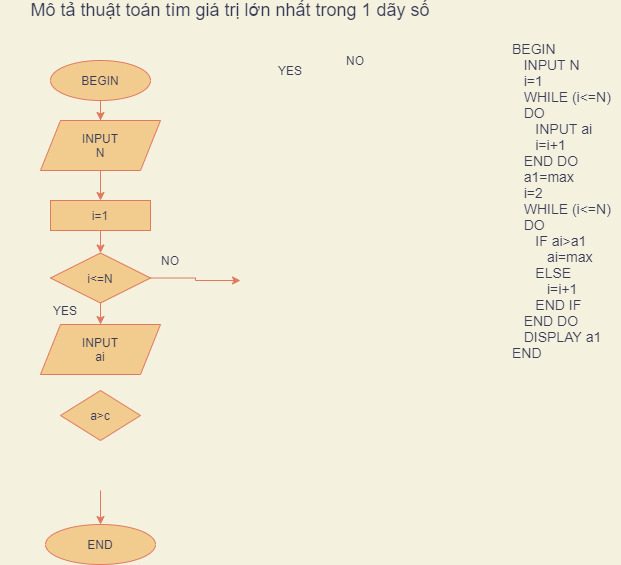
Earlier version of the draw.io export ss3_ma_gia_luu_do/Mô tả thuật toán tìm giá trị lớn nhất trong 3 số.png (thanhnhan3286/C0123G1---Th-nh-Nh-n). Source tidied: cells renumbered, new cells last; positions are measured from the earlier drawing's top-left corner, leaving out a move shared by most shapes.
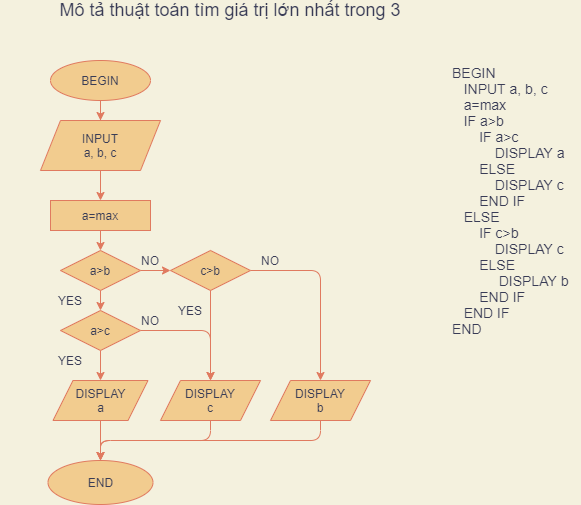
The same file after the commit.

Diff of the diagram source:
```diff
@@ -2,68 +2,97 @@
   <root>
     <mxCell id="0" />
     <mxCell id="1" parent="0" />
-    <mxCell id="2" value="&lt;span style=&quot;font-size: 18px&quot;&gt;Mô tả thuật toán tìm giá trị lớn nhất trong 1 dãy số&lt;/span&gt;" style="text;html=1;strokeColor=none;fillColor=none;align=center;verticalAlign=middle;whiteSpace=wrap;rounded=0;fontColor=#393C56;" parent="1" vertex="1">
+    <mxCell id="2" value="&lt;span style=&quot;font-size: 18px&quot;&gt;Mô tả thuật toán tìm giá trị lớn nhất trong 3&lt;/span&gt;" style="text;html=1;strokeColor=none;fillColor=none;align=center;verticalAlign=middle;whiteSpace=wrap;rounded=0;fontColor=#393C56;" parent="1" vertex="1">
       <mxGeometry width="460" height="20" as="geometry" />
     </mxCell>
-    <mxCell id="3" style="edgeStyle=orthogonalEdgeStyle;rounded=0;jettySize=auto;html=1;labelBackgroundColor=#F4F1DE;strokeColor=#E07A5F;fontColor=#393C56;" parent="1" edge="1" source="4" target="6">
+    <mxCell id="3" style="edgeStyle=orthogonalEdgeStyle;rounded=0;jettySize=auto;html=1;strokeColor=#E07A5F;fontColor=#393C56;labelBackgroundColor=#F4F1DE;" parent="1" edge="1" source="4" target="6">
       <mxGeometry relative="1" as="geometry" />
     </mxCell>
     <mxCell id="4" value="BEGIN" style="ellipse;whiteSpace=wrap;html=1;fillColor=#F2CC8F;strokeColor=#E07A5F;fontColor=#393C56;" parent="1" vertex="1">
       <mxGeometry x="50" y="60" width="100" height="40" as="geometry" />
     </mxCell>
-    <mxCell id="5" style="edgeStyle=orthogonalEdgeStyle;rounded=0;jettySize=auto;html=1;labelBackgroundColor=#F4F1DE;strokeColor=#E07A5F;fontColor=#393C56;" parent="1" edge="1" source="6">
-      <mxGeometry relative="1" as="geometry">
-        <mxPoint x="100" y="200" as="targetPoint" />
-      </mxGeometry>
+    <mxCell id="5" style="edgeStyle=orthogonalEdgeStyle;rounded=0;jettySize=auto;html=1;strokeColor=#E07A5F;fontColor=#393C56;labelBackgroundColor=#F4F1DE;entryX=0.5;entryY=0;entryDx=0;entryDy=0;entryPerimeter=0;" parent="1" edge="1" source="6" target="28">
+      <mxGeometry relative="1" as="geometry" />
     </mxCell>
-    <mxCell id="6" value="INPUT&lt;br&gt;N" style="shape=parallelogram;perimeter=parallelogramPerimeter;whiteSpace=wrap;html=1;fixedSize=1;fillColor=#F2CC8F;strokeColor=#E07A5F;fontColor=#393C56;" parent="1" vertex="1">
+    <mxCell id="6" value="INPUT&lt;br&gt;a, b, c" style="shape=parallelogram;perimeter=parallelogramPerimeter;whiteSpace=wrap;html=1;fixedSize=1;fillColor=#F2CC8F;strokeColor=#E07A5F;fontColor=#393C56;" parent="1" vertex="1">
       <mxGeometry x="40" y="120" width="120" height="50" as="geometry" />
     </mxCell>
-    <mxCell id="7" value="&lt;div&gt;&lt;div&gt;&lt;div&gt;&lt;span style=&quot;font-size: 14px&quot;&gt;BEGIN&lt;/span&gt;&lt;/div&gt;&lt;div&gt;&lt;span style=&quot;font-size: 14px&quot;&gt;&amp;nbsp; &amp;nbsp;INPUT N&lt;/span&gt;&lt;/div&gt;&lt;div&gt;&lt;span style=&quot;font-size: 14px&quot;&gt;&amp;nbsp; &amp;nbsp;i=1&lt;/span&gt;&lt;/div&gt;&lt;div&gt;&lt;span style=&quot;font-size: 14px&quot;&gt;&amp;nbsp; &amp;nbsp;WHILE (i&amp;lt;=N)&lt;/span&gt;&lt;/div&gt;&lt;div&gt;&lt;span style=&quot;font-size: 14px&quot;&gt;&amp;nbsp; &amp;nbsp;DO&lt;/span&gt;&lt;/div&gt;&lt;div&gt;&lt;span style=&quot;font-size: 14px&quot;&gt;&amp;nbsp; &amp;nbsp; &amp;nbsp; INPUT ai&lt;/span&gt;&lt;/div&gt;&lt;div&gt;&lt;span style=&quot;font-size: 14px&quot;&gt;&amp;nbsp; &amp;nbsp; &amp;nbsp; i=i+1&lt;/span&gt;&lt;/div&gt;&lt;div&gt;&lt;span style=&quot;font-size: 14px&quot;&gt;&amp;nbsp; &amp;nbsp;END DO&lt;/span&gt;&lt;/div&gt;&lt;div&gt;&lt;span style=&quot;font-size: 14px&quot;&gt;&amp;nbsp; &amp;nbsp;a1=max&lt;/span&gt;&lt;/div&gt;&lt;div&gt;&lt;span style=&quot;font-size: 14px&quot;&gt;&amp;nbsp; &amp;nbsp;i=2&lt;/span&gt;&lt;/div&gt;&lt;div&gt;&lt;span style=&quot;font-size: 14px&quot;&gt;&amp;nbsp; &amp;nbsp;WHILE (i&amp;lt;=N)&lt;/span&gt;&lt;/div&gt;&lt;div&gt;&lt;span style=&quot;font-size: 14px&quot;&gt;&amp;nbsp; &amp;nbsp;DO&lt;/span&gt;&lt;/div&gt;&lt;div&gt;&lt;span style=&quot;font-size: 14px&quot;&gt;&amp;nbsp; &amp;nbsp; &amp;nbsp; IF ai&amp;gt;a1&lt;/span&gt;&lt;/div&gt;&lt;div&gt;&lt;span style=&quot;font-size: 14px&quot;&gt;&amp;nbsp; &amp;nbsp; &amp;nbsp; &amp;nbsp; &amp;nbsp;ai=max&lt;/span&gt;&lt;/div&gt;&lt;div&gt;&lt;span style=&quot;font-size: 14px&quot;&gt;&amp;nbsp; &amp;nbsp; &amp;nbsp; ELSE&lt;/span&gt;&lt;/div&gt;&lt;div&gt;&lt;span style=&quot;font-size: 14px&quot;&gt;&amp;nbsp; &amp;nbsp; &amp;nbsp; &amp;nbsp; &amp;nbsp;i=i+1&lt;/span&gt;&lt;/div&gt;&lt;div&gt;&lt;span style=&quot;font-size: 14px&quot;&gt;&amp;nbsp; &amp;nbsp; &amp;nbsp; END IF&lt;/span&gt;&lt;/div&gt;&lt;div&gt;&lt;span style=&quot;font-size: 14px&quot;&gt;&amp;nbsp; &amp;nbsp;END DO&lt;/span&gt;&lt;/div&gt;&lt;div&gt;&lt;span style=&quot;font-size: 14px&quot;&gt;&amp;nbsp; &amp;nbsp;DISPLAY a1&lt;/span&gt;&lt;/div&gt;&lt;div&gt;&lt;span style=&quot;font-size: 14px&quot;&gt;END&lt;/span&gt;&lt;/div&gt;&lt;/div&gt;&lt;/div&gt;" style="text;html=1;align=left;verticalAlign=middle;fontColor=#393C56;" parent="1" vertex="1">
-      <mxGeometry x="510" y="60" width="110" height="280" as="geometry" />
+    <mxCell id="7" value="&lt;div&gt;&lt;span style=&quot;font-size: 14px&quot;&gt;BEGIN&lt;/span&gt;&lt;/div&gt;&lt;div&gt;&lt;span style=&quot;font-size: 14px&quot;&gt;&amp;nbsp; &amp;nbsp;INPUT a, b, c&lt;/span&gt;&lt;/div&gt;&lt;div&gt;&lt;span style=&quot;font-size: 14px&quot;&gt;&amp;nbsp; &amp;nbsp;a=max&lt;/span&gt;&lt;/div&gt;&lt;div&gt;&lt;span style=&quot;font-size: 14px&quot;&gt;&amp;nbsp; &amp;nbsp;IF a&amp;gt;b&lt;/span&gt;&lt;/div&gt;&lt;div&gt;&lt;span style=&quot;font-size: 14px&quot;&gt;&amp;nbsp; &amp;nbsp; &amp;nbsp; &amp;nbsp;IF a&amp;gt;c&lt;/span&gt;&lt;/div&gt;&lt;div&gt;&lt;span style=&quot;font-size: 14px&quot;&gt;&amp;nbsp; &amp;nbsp; &amp;nbsp; &amp;nbsp; &amp;nbsp; &amp;nbsp;DISPLAY a&lt;/span&gt;&lt;/div&gt;&lt;div&gt;&lt;span style=&quot;font-size: 14px&quot;&gt;&amp;nbsp; &amp;nbsp; &amp;nbsp; &amp;nbsp;ELSE&lt;/span&gt;&lt;/div&gt;&lt;div&gt;&lt;span style=&quot;font-size: 14px&quot;&gt;&amp;nbsp; &amp;nbsp; &amp;nbsp; &amp;nbsp; &amp;nbsp; &amp;nbsp;DISPLAY c&lt;/span&gt;&lt;br&gt;&lt;/div&gt;&lt;div&gt;&lt;span style=&quot;font-size: 14px&quot;&gt;&amp;nbsp; &amp;nbsp; &amp;nbsp; &amp;nbsp;END IF&lt;/span&gt;&lt;/div&gt;&lt;div&gt;&lt;span style=&quot;font-size: 14px&quot;&gt;&amp;nbsp; &amp;nbsp;ELSE&lt;/span&gt;&lt;/div&gt;&lt;div&gt;&lt;span style=&quot;font-size: 14px&quot;&gt;&amp;nbsp; &amp;nbsp; &amp;nbsp; &amp;nbsp;IF c&amp;gt;b&lt;/span&gt;&lt;/div&gt;&lt;div&gt;&lt;span style=&quot;font-size: 14px&quot;&gt;&amp;nbsp; &amp;nbsp; &amp;nbsp; &amp;nbsp; &amp;nbsp; &amp;nbsp;DISPLAY c&lt;/span&gt;&lt;br&gt;&lt;/div&gt;&lt;div&gt;&lt;span style=&quot;font-size: 14px&quot;&gt;&amp;nbsp; &amp;nbsp; &amp;nbsp; &amp;nbsp;ELSE&lt;/span&gt;&lt;/div&gt;&lt;div&gt;&lt;span style=&quot;font-size: 14px&quot;&gt;&amp;nbsp; &amp;nbsp; &amp;nbsp; &amp;nbsp; &amp;nbsp; &amp;nbsp; DISPLAY b&lt;/span&gt;&lt;br&gt;&lt;/div&gt;&lt;div&gt;&lt;span style=&quot;font-size: 14px&quot;&gt;&amp;nbsp; &amp;nbsp; &amp;nbsp; &amp;nbsp;END IF&lt;/span&gt;&lt;/div&gt;&lt;div&gt;&lt;span style=&quot;font-size: 14px&quot;&gt;&amp;nbsp; &amp;nbsp;END IF&lt;/span&gt;&lt;/div&gt;&lt;div&gt;&lt;span style=&quot;font-size: 14px&quot;&gt;END&lt;/span&gt;&lt;/div&gt;" style="text;html=1;align=left;verticalAlign=middle;fontColor=#393C56;" parent="1" vertex="1">
+      <mxGeometry x="450" y="80" width="130" height="240" as="geometry" />
     </mxCell>
-    <mxCell id="8" style="edgeStyle=orthogonalEdgeStyle;rounded=0;jettySize=auto;html=1;exitX=1;exitY=0.5;exitDx=0;exitDy=0;labelBackgroundColor=#F4F1DE;strokeColor=#E07A5F;fontColor=#393C56;" parent="1" edge="1" source="10">
-      <mxGeometry relative="1" as="geometry">
-        <mxPoint x="240" y="280" as="targetPoint" />
-      </mxGeometry>
-    </mxCell>
-    <mxCell id="9" style="edgeStyle=orthogonalEdgeStyle;rounded=0;jettySize=auto;html=1;exitX=0.5;exitY=1;exitDx=0;exitDy=0;labelBackgroundColor=#F4F1DE;strokeColor=#E07A5F;fontColor=#393C56;entryX=0.5;entryY=0;entryDx=0;entryDy=0;entryPerimeter=0;" parent="1" edge="1" source="10" target="20">
-      <mxGeometry relative="1" as="geometry" />
-    </mxCell>
-    <mxCell id="10" value="i&amp;lt;=N" style="rhombus;whiteSpace=wrap;html=1;fillColor=#F2CC8F;strokeColor=#E07A5F;fontColor=#393C56;" parent="1" vertex="1">
-      <mxGeometry x="50" y="252.5" width="100" height="50" as="geometry" />
-    </mxCell>
-    <mxCell id="11" style="edgeStyle=orthogonalEdgeStyle;rounded=0;jettySize=auto;html=1;exitX=0.5;exitY=1;exitDx=0;exitDy=0;entryX=0.5;entryY=0;entryDx=0;entryDy=0;labelBackgroundColor=#F4F1DE;strokeColor=#E07A5F;fontColor=#393C56;" parent="1" edge="1" source="12" target="10">
-      <mxGeometry relative="1" as="geometry" />
-    </mxCell>
-    <mxCell id="12" value="i=1" style="rounded=0;whiteSpace=wrap;html=1;fillColor=#F2CC8F;strokeColor=#E07A5F;fontColor=#393C56;" parent="1" vertex="1">
-      <mxGeometry x="50" y="200" width="100" height="30" as="geometry" />
-    </mxCell>
-    <mxCell id="13" value="YES" style="text;html=1;strokeColor=none;fillColor=none;align=center;verticalAlign=middle;whiteSpace=wrap;rounded=0;fontColor=#393C56;" parent="1" vertex="1">
-      <mxGeometry x="45" y="300" width="40" height="20" as="geometry" />
-    </mxCell>
-    <mxCell id="14" value="NO" style="text;html=1;strokeColor=none;fillColor=none;align=center;verticalAlign=middle;whiteSpace=wrap;rounded=0;fontColor=#393C56;" parent="1" vertex="1">
-      <mxGeometry x="150" y="250" width="40" height="20" as="geometry" />
-    </mxCell>
-    <mxCell id="15" value="a&amp;gt;c" style="rhombus;whiteSpace=wrap;html=1;fillColor=#F2CC8F;strokeColor=#E07A5F;fontColor=#393C56;" parent="1" vertex="1">
-      <mxGeometry x="60" y="390" width="80" height="50" as="geometry" />
-    </mxCell>
-    <mxCell id="16" style="edgeStyle=orthogonalEdgeStyle;rounded=0;jettySize=auto;html=1;exitX=0.5;exitY=1;exitDx=0;exitDy=0;labelBackgroundColor=#F4F1DE;strokeColor=#E07A5F;fontColor=#393C56;" parent="1" edge="1" target="18">
-      <mxGeometry relative="1" as="geometry">
-        <mxPoint x="100" y="490" as="sourcePoint" />
-      </mxGeometry>
+    <mxCell id="16" style="edgeStyle=orthogonalEdgeStyle;rounded=0;jettySize=auto;html=1;exitX=0.5;exitY=1;exitDx=0;exitDy=0;strokeColor=#E07A5F;fontColor=#393C56;labelBackgroundColor=#F4F1DE;" parent="1" edge="1" source="26" target="18">
+      <mxGeometry relative="1" as="geometry" />
     </mxCell>
     <mxCell id="17" value="YES" style="text;html=1;strokeColor=none;fillColor=none;align=center;verticalAlign=middle;whiteSpace=wrap;rounded=0;fontColor=#393C56;" parent="1" vertex="1">
-      <mxGeometry x="270" y="60" width="40" height="20" as="geometry" />
+      <mxGeometry x="50" y="290" width="40" height="20" as="geometry" />
     </mxCell>
     <mxCell id="18" value="END" style="ellipse;whiteSpace=wrap;html=1;fillColor=#F2CC8F;strokeColor=#E07A5F;fontColor=#393C56;" parent="1" vertex="1">
-      <mxGeometry x="45" y="524" width="110" height="40" as="geometry" />
+      <mxGeometry x="47.5" y="460" width="105" height="44" as="geometry" />
     </mxCell>
     <mxCell id="19" value="NO" style="text;html=1;strokeColor=none;fillColor=none;align=center;verticalAlign=middle;whiteSpace=wrap;rounded=0;fontColor=#393C56;" parent="1" vertex="1">
-      <mxGeometry x="335" y="50" width="40" height="20" as="geometry" />
+      <mxGeometry x="130" y="250" width="40" height="20" as="geometry" />
     </mxCell>
-    <mxCell id="20" value="INPUT&lt;br&gt;ai" style="shape=parallelogram;perimeter=parallelogramPerimeter;whiteSpace=wrap;html=1;fixedSize=1;fillColor=#F2CC8F;strokeColor=#E07A5F;fontColor=#393C56;" parent="1" vertex="1">
-      <mxGeometry x="40" y="324" width="120" height="50" as="geometry" />
-    </mxCell>
+    <mxCell id="21" style="edgeStyle=orthogonalEdgeStyle;curved=0;rounded=1;sketch=0;jettySize=auto;html=1;exitX=0.5;exitY=1;exitDx=0;exitDy=0;entryX=0.5;entryY=0;entryDx=0;entryDy=0;strokeColor=#E07A5F;fillColor=#F2CC8F;fontColor=#393C56;" parent="1" edge="1" source="23" target="15">
+      <mxGeometry relative="1" as="geometry" />
+    </mxCell>
+    <mxCell id="22" style="edgeStyle=orthogonalEdgeStyle;curved=0;rounded=1;sketch=0;jettySize=auto;html=1;exitX=1;exitY=0.5;exitDx=0;exitDy=0;strokeColor=#E07A5F;fillColor=#F2CC8F;fontColor=#393C56;entryX=0;entryY=0.5;entryDx=0;entryDy=0;" parent="1" edge="1" source="23" target="31">
+      <mxGeometry relative="1" as="geometry" />
+    </mxCell>
+    <mxCell id="23" value="a&amp;gt;b" style="rhombus;whiteSpace=wrap;html=1;fillColor=#F2CC8F;strokeColor=#E07A5F;fontColor=#393C56;" parent="1" vertex="1">
+      <mxGeometry x="60" y="250" width="80" height="40" as="geometry" />
+    </mxCell>
+    <mxCell id="24" style="edgeStyle=orthogonalEdgeStyle;curved=0;rounded=1;sketch=0;jettySize=auto;html=1;exitX=0.5;exitY=1;exitDx=0;exitDy=0;entryX=0.5;entryY=0;entryDx=0;entryDy=0;strokeColor=#E07A5F;fillColor=#F2CC8F;fontColor=#393C56;" parent="1" edge="1" source="15" target="26">
+      <mxGeometry relative="1" as="geometry" />
+    </mxCell>
+    <mxCell id="25" style="edgeStyle=orthogonalEdgeStyle;curved=0;rounded=1;sketch=0;jettySize=auto;html=1;exitX=1;exitY=0.5;exitDx=0;exitDy=0;strokeColor=#E07A5F;fillColor=#F2CC8F;fontColor=#393C56;" parent="1" edge="1" source="15">
+      <mxGeometry relative="1" as="geometry">
+        <mxPoint x="210" y="380" as="targetPoint" />
+      </mxGeometry>
+    </mxCell>
+    <mxCell id="15" value="a&amp;gt;c" style="rhombus;whiteSpace=wrap;html=1;fillColor=#F2CC8F;strokeColor=#E07A5F;fontColor=#393C56;" parent="1" vertex="1">
+      <mxGeometry x="60" y="310" width="80" height="40" as="geometry" />
+    </mxCell>
+    <mxCell id="26" value="DISPLAY&lt;br&gt;a" style="shape=parallelogram;perimeter=parallelogramPerimeter;whiteSpace=wrap;html=1;fixedSize=1;fillColor=#F2CC8F;strokeColor=#E07A5F;fontColor=#393C56;" parent="1" vertex="1">
+      <mxGeometry x="52.5" y="380" width="95" height="40" as="geometry" />
+    </mxCell>
+    <mxCell id="27" style="edgeStyle=orthogonalEdgeStyle;curved=0;rounded=1;sketch=0;jettySize=auto;html=1;exitX=0.5;exitY=1;exitDx=0;exitDy=0;entryX=0.5;entryY=0;entryDx=0;entryDy=0;strokeColor=#E07A5F;fillColor=#F2CC8F;fontColor=#393C56;" parent="1" edge="1" source="28" target="23">
+      <mxGeometry relative="1" as="geometry" />
+    </mxCell>
+    <mxCell id="28" value="a=max" style="rounded=0;whiteSpace=wrap;html=1;sketch=0;strokeColor=#E07A5F;fillColor=#F2CC8F;fontColor=#393C56;" parent="1" vertex="1">
+      <mxGeometry x="50" y="200" width="100" height="30" as="geometry" />
+    </mxCell>
+    <mxCell id="29" value="YES" style="text;html=1;strokeColor=none;fillColor=none;align=center;verticalAlign=middle;whiteSpace=wrap;rounded=0;fontColor=#393C56;" parent="1" vertex="1">
+      <mxGeometry x="50" y="350" width="40" height="20" as="geometry" />
+    </mxCell>
+    <mxCell id="30" style="edgeStyle=orthogonalEdgeStyle;curved=0;rounded=1;sketch=0;jettySize=auto;html=1;exitX=1;exitY=0.5;exitDx=0;exitDy=0;strokeColor=#E07A5F;fillColor=#F2CC8F;fontColor=#393C56;entryX=0.5;entryY=0;entryDx=0;entryDy=0;entryPerimeter=0;" parent="1" edge="1" source="31" target="38">
+      <mxGeometry relative="1" as="geometry" />
+    </mxCell>
+    <mxCell id="31" value="c&amp;gt;b" style="rhombus;whiteSpace=wrap;html=1;fillColor=#F2CC8F;strokeColor=#E07A5F;fontColor=#393C56;" parent="1" vertex="1">
+      <mxGeometry x="170" y="250" width="80" height="40" as="geometry" />
+    </mxCell>
+    <mxCell id="32" value="YES" style="text;html=1;strokeColor=none;fillColor=none;align=center;verticalAlign=middle;whiteSpace=wrap;rounded=0;fontColor=#393C56;" parent="1" vertex="1">
+      <mxGeometry x="170" y="300" width="40" height="20" as="geometry" />
+    </mxCell>
+    <mxCell id="33" style="edgeStyle=orthogonalEdgeStyle;curved=0;rounded=1;sketch=0;jettySize=auto;html=1;entryX=0.5;entryY=0;entryDx=0;entryDy=0;strokeColor=#E07A5F;fillColor=#F2CC8F;fontColor=#393C56;exitX=0.5;exitY=1;exitDx=0;exitDy=0;" parent="1" edge="1" source="31" target="35">
+      <mxGeometry relative="1" as="geometry" />
+    </mxCell>
+    <mxCell id="34" style="edgeStyle=orthogonalEdgeStyle;curved=0;rounded=1;sketch=0;jettySize=auto;html=1;exitX=0.5;exitY=1;exitDx=0;exitDy=0;entryX=0.5;entryY=0;entryDx=0;entryDy=0;strokeColor=#E07A5F;fillColor=#F2CC8F;fontColor=#393C56;" parent="1" edge="1" source="35" target="18">
+      <mxGeometry relative="1" as="geometry" />
+    </mxCell>
+    <mxCell id="35" value="DISPLAY&lt;br&gt;c" style="shape=parallelogram;perimeter=parallelogramPerimeter;whiteSpace=wrap;html=1;fixedSize=1;fillColor=#F2CC8F;strokeColor=#E07A5F;fontColor=#393C56;" parent="1" vertex="1">
+      <mxGeometry x="160" y="380" width="100" height="40" as="geometry" />
+    </mxCell>
+    <mxCell id="36" value="NO" style="text;html=1;strokeColor=none;fillColor=none;align=center;verticalAlign=middle;whiteSpace=wrap;rounded=0;fontColor=#393C56;" parent="1" vertex="1">
+      <mxGeometry x="250" y="250" width="40" height="20" as="geometry" />
+    </mxCell>
+    <mxCell id="37" style="edgeStyle=orthogonalEdgeStyle;curved=0;rounded=1;sketch=0;jettySize=auto;html=1;exitX=0.5;exitY=1;exitDx=0;exitDy=0;entryX=0.5;entryY=0;entryDx=0;entryDy=0;strokeColor=#E07A5F;fillColor=#F2CC8F;fontColor=#393C56;" parent="1" edge="1" source="38" target="18">
+      <mxGeometry relative="1" as="geometry" />
+    </mxCell>
+    <mxCell id="38" value="DISPLAY&lt;br&gt;b" style="shape=parallelogram;perimeter=parallelogramPerimeter;whiteSpace=wrap;html=1;fixedSize=1;fillColor=#F2CC8F;strokeColor=#E07A5F;fontColor=#393C56;" parent="1" vertex="1">
+      <mxGeometry x="270" y="380" width="100" height="40" as="geometry" />
+    </mxCell>
+    <mxCell id="39" value="NO" style="text;html=1;strokeColor=none;fillColor=none;align=center;verticalAlign=middle;whiteSpace=wrap;rounded=0;fontColor=#393C56;" parent="1" vertex="1">
+      <mxGeometry x="130" y="310" width="40" height="20" as="geometry" />
+    </mxCell>
   </root>
 </mxGraphModel>
```
